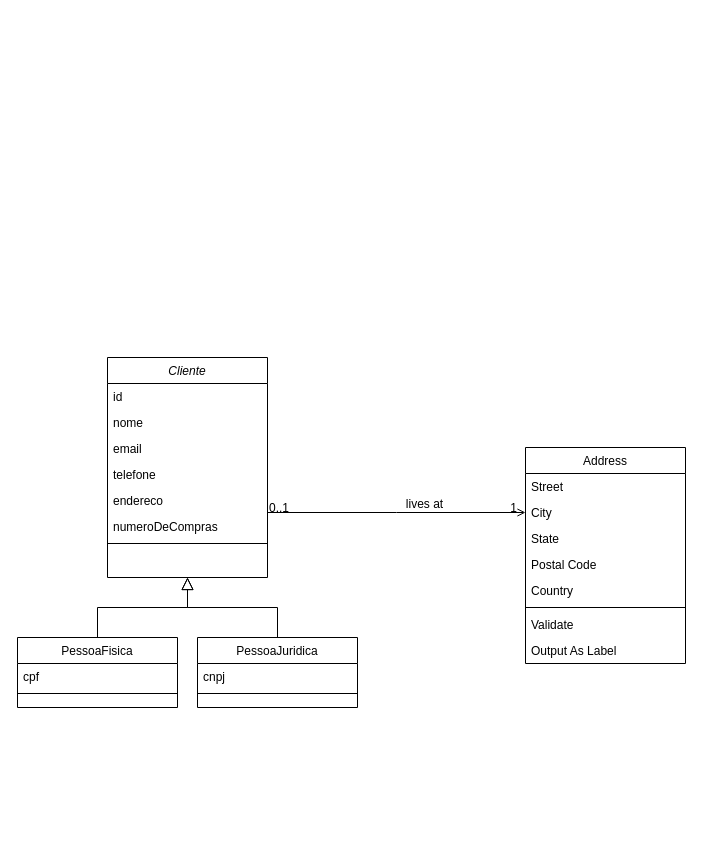
Above: estoquePlan.drawio in PedroAFG/estoquePlan (draw.io), before the change. Source tidied: cells renumbered, new cells numbered last; positions are measured from the earlier drawing's top-left corner, leaving out a move shared by most shapes. Both pictures are drawn from the tidied source at 100%, with x=0, y=0 at pixel (17, 357).
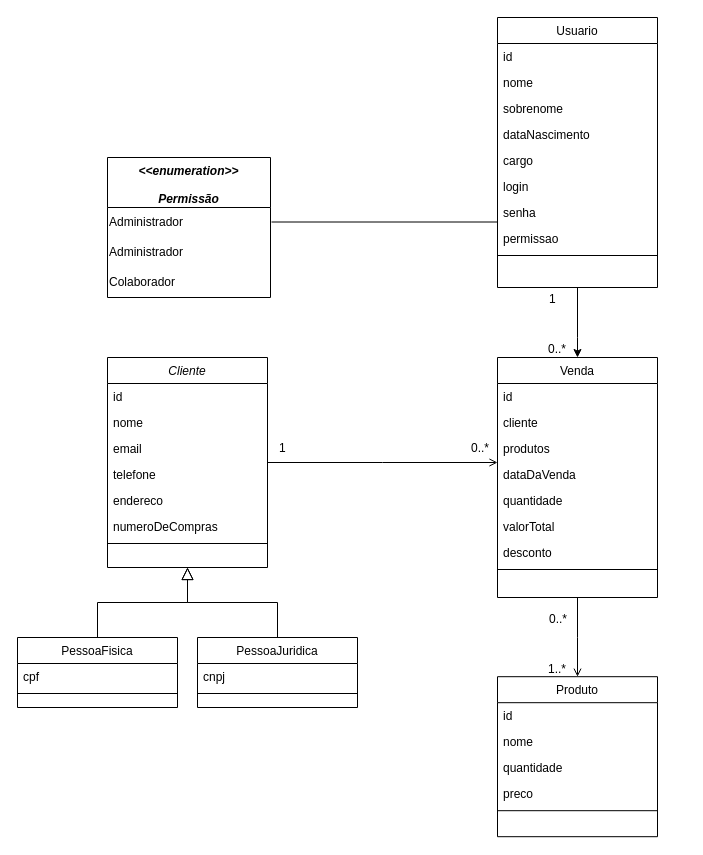
The same diagram, later.

The change refers to these unchanged cells:
```xml
<mxCell id="10" value="PessoaFisica" style="swimlane;fontStyle=0;align=center;verticalAlign=top;horizontal=1;startSize=26;rounded=0;shadow=0;strokeWidth=1;" parent="1" vertex="1">
  <mxGeometry y="280" width="160" height="70" as="geometry" />
</mxCell>
<mxCell id="27" style="endArrow=open;shadow=0;strokeWidth=1;rounded=0;curved=0;endFill=1;edgeStyle=elbowEdgeStyle;elbow=vertical;" parent="1" edge="1" source="2" target="18">
  <mxGeometry x="0.5" y="41" relative="1" as="geometry">
    <mxPoint x="-40" y="32" as="offset" />
  </mxGeometry>
</mxCell>
```

The edit, as a diff of the source:
```diff
@@
     <mxCell id="2" value="Cliente" style="swimlane;fontStyle=2;align=center;verticalAlign=top;horizontal=1;startSize=26;rounded=0;shadow=0;strokeWidth=1;" parent="1" vertex="1">
-      <mxGeometry x="90" width="160" height="220" as="geometry" />
+      <mxGeometry x="90" width="160" height="210" as="geometry" />
     </mxCell>
@@
-    <mxCell id="13" style="endArrow=block;endSize=10;endFill=0;shadow=0;strokeWidth=1;rounded=0;curved=0;edgeStyle=elbowEdgeStyle;elbow=vertical;" parent="1" edge="1" source="10" target="2">
-      <mxGeometry relative="1" as="geometry" />
+    <mxCell id="13" style="endArrow=block;endSize=10;endFill=0;shadow=0;strokeWidth=1;rounded=0;curved=0;edgeStyle=elbowEdgeStyle;elbow=vertical;" parent="1" edge="1" target="2">
+      <mxGeometry relative="1" as="geometry">
+        <mxPoint x="80" y="280" as="sourcePoint" />
+      </mxGeometry>
     </mxCell>
@@
-    <mxCell id="18" value="Address" style="swimlane;fontStyle=0;align=center;verticalAlign=top;horizontal=1;startSize=26;rounded=0;shadow=0;strokeWidth=1;" parent="1" vertex="1">
-      <mxGeometry x="508" y="90" width="160" height="216" as="geometry" />
+    <mxCell id="18" value="Venda" style="swimlane;fontStyle=0;align=center;verticalAlign=top;horizontal=1;startSize=26;rounded=0;shadow=0;strokeWidth=1;" parent="1" vertex="1">
+      <mxGeometry x="480" width="160" height="240" as="geometry" />
     </mxCell>
-    <mxCell id="19" value="Street" style="text;align=left;verticalAlign=top;spacingLeft=4;spacingRight=4;overflow=hidden;" parent="18" vertex="1">
+    <mxCell id="19" value="id" style="text;align=left;verticalAlign=top;spacingLeft=4;spacingRight=4;overflow=hidden;" parent="18" vertex="1">
       <mxGeometry y="26" width="160" height="26" as="geometry" />
     </mxCell>
-    <mxCell id="20" value="City" style="text;align=left;verticalAlign=top;spacingLeft=4;spacingRight=4;overflow=hidden;rounded=0;shadow=0;html=0;" parent="18" vertex="1">
+    <mxCell id="20" value="cliente" style="text;align=left;verticalAlign=top;spacingLeft=4;spacingRight=4;overflow=hidden;rounded=0;shadow=0;html=0;" parent="18" vertex="1">
       <mxGeometry y="52" width="160" height="26" as="geometry" />
     </mxCell>
-    <mxCell id="21" value="State" style="text;align=left;verticalAlign=top;spacingLeft=4;spacingRight=4;overflow=hidden;rounded=0;shadow=0;html=0;" parent="18" vertex="1">
+    <mxCell id="21" value="produtos" style="text;align=left;verticalAlign=top;spacingLeft=4;spacingRight=4;overflow=hidden;rounded=0;shadow=0;html=0;" parent="18" vertex="1">
       <mxGeometry y="78" width="160" height="26" as="geometry" />
     </mxCell>
-    <mxCell id="22" value="Postal Code" style="text;align=left;verticalAlign=top;spacingLeft=4;spacingRight=4;overflow=hidden;rounded=0;shadow=0;html=0;" parent="18" vertex="1">
+    <mxCell id="22" value="dataDaVenda" style="text;align=left;verticalAlign=top;spacingLeft=4;spacingRight=4;overflow=hidden;rounded=0;shadow=0;html=0;" parent="18" vertex="1">
       <mxGeometry y="104" width="160" height="26" as="geometry" />
     </mxCell>
-    <mxCell id="23" value="Country" style="text;align=left;verticalAlign=top;spacingLeft=4;spacingRight=4;overflow=hidden;rounded=0;shadow=0;html=0;" parent="18" vertex="1">
+    <mxCell id="23" value="quantidade" style="text;align=left;verticalAlign=top;spacingLeft=4;spacingRight=4;overflow=hidden;rounded=0;shadow=0;html=0;" parent="18" vertex="1">
       <mxGeometry y="130" width="160" height="26" as="geometry" />
     </mxCell>
-    <mxCell id="24" style="line;html=1;strokeWidth=1;align=left;verticalAlign=middle;spacingTop=-1;spacingLeft=3;spacingRight=3;labelPosition=right;" parent="18" vertex="1">
-      <mxGeometry y="156" width="160" height="8" as="geometry" />
-    </mxCell>
-    <mxCell id="25" value="Validate" style="text;align=left;verticalAlign=top;spacingLeft=4;spacingRight=4;overflow=hidden;" parent="18" vertex="1">
-      <mxGeometry y="164" width="160" height="26" as="geometry" />
-    </mxCell>
-    <mxCell id="26" value="Output As Label" style="text;align=left;verticalAlign=top;spacingLeft=4;spacingRight=4;overflow=hidden;" parent="18" vertex="1">
-      <mxGeometry y="190" width="160" height="26" as="geometry" />
-    </mxCell>
+    <mxCell id="31" value="valorTotal" style="text;align=left;verticalAlign=top;spacingLeft=4;spacingRight=4;overflow=hidden;rounded=0;shadow=0;html=0;" parent="18" vertex="1">
+      <mxGeometry y="156" width="160" height="26" as="geometry" />
+    </mxCell>
+    <mxCell id="32" value="desconto" style="text;align=left;verticalAlign=top;spacingLeft=4;spacingRight=4;overflow=hidden;rounded=0;shadow=0;html=0;" parent="18" vertex="1">
+      <mxGeometry y="182" width="160" height="26" as="geometry" />
+    </mxCell>
+    <mxCell id="33" style="line;html=1;strokeWidth=1;align=left;verticalAlign=middle;spacingTop=-1;spacingLeft=3;spacingRight=3;labelPosition=right;" parent="18" vertex="1">
+      <mxGeometry y="208" width="160" height="8" as="geometry" />
+    </mxCell>
@@
-    <mxCell id="28" value="0..1" style="align=left;verticalAlign=bottom;labelBackgroundColor=none;fontSize=12;" parent="27" vertex="1">
+    <mxCell id="28" value="1" style="align=left;verticalAlign=bottom;labelBackgroundColor=none;fontSize=12;" parent="27" vertex="1">
       <mxGeometry x="-1" relative="1" as="geometry">
-        <mxPoint y="4" as="offset" />
+        <mxPoint x="10" y="-6" as="offset" />
       </mxGeometry>
     </mxCell>
-    <mxCell id="29" value="1" style="align=right;verticalAlign=bottom;labelBackgroundColor=none;fontSize=12;" parent="27" vertex="1">
+    <mxCell id="29" value="0..*" style="align=right;verticalAlign=bottom;labelBackgroundColor=none;fontSize=12;" parent="27" vertex="1">
       <mxGeometry x="1" relative="1" as="geometry">
-        <mxPoint x="-7" y="4" as="offset" />
+        <mxPoint x="-7" y="-6" as="offset" />
       </mxGeometry>
     </mxCell>
-    <mxCell id="30" value="lives at" style="text;html=1;align=center;verticalAlign=middle;labelBackgroundColor=none;rounded=0;shadow=0;strokeWidth=1;fontSize=12;" parent="27" vertex="1">
-      <mxGeometry x="0.5" y="49" relative="1" as="geometry">
-        <mxPoint x="-38" y="40" as="offset" />
-      </mxGeometry>
-    </mxCell>
+    <mxCell id="34" value="Produto" style="swimlane;fontStyle=0;align=center;verticalAlign=top;horizontal=1;startSize=26;rounded=0;shadow=0;strokeWidth=1;" parent="1" vertex="1">
+      <mxGeometry x="480" y="319.2" width="160" height="160" as="geometry" />
+    </mxCell>
+    <mxCell id="35" value="id" style="text;align=left;verticalAlign=top;spacingLeft=4;spacingRight=4;overflow=hidden;" parent="34" vertex="1">
+      <mxGeometry y="26" width="160" height="26" as="geometry" />
+    </mxCell>
+    <mxCell id="36" value="nome" style="text;align=left;verticalAlign=top;spacingLeft=4;spacingRight=4;overflow=hidden;rounded=0;shadow=0;html=0;" parent="34" vertex="1">
+      <mxGeometry y="52" width="160" height="26" as="geometry" />
+    </mxCell>
+    <mxCell id="37" value="quantidade" style="text;align=left;verticalAlign=top;spacingLeft=4;spacingRight=4;overflow=hidden;rounded=0;shadow=0;html=0;" parent="34" vertex="1">
+      <mxGeometry y="78" width="160" height="26" as="geometry" />
+    </mxCell>
+    <mxCell id="38" value="preco" style="text;align=left;verticalAlign=top;spacingLeft=4;spacingRight=4;overflow=hidden;rounded=0;shadow=0;html=0;" parent="34" vertex="1">
+      <mxGeometry y="104" width="160" height="26" as="geometry" />
+    </mxCell>
+    <mxCell id="39" style="line;html=1;strokeWidth=1;align=left;verticalAlign=middle;spacingTop=-1;spacingLeft=3;spacingRight=3;labelPosition=right;" parent="34" vertex="1">
+      <mxGeometry y="130" width="160" height="8" as="geometry" />
+    </mxCell>
+    <mxCell id="40" style="endArrow=open;shadow=0;strokeWidth=1;rounded=0;curved=0;endFill=1;edgeStyle=elbowEdgeStyle;elbow=vertical;entryX=0.5;entryY=0;entryDx=0;entryDy=0;exitX=0.5;exitY=1;exitDx=0;exitDy=0;" parent="1" edge="1" source="18" target="34">
+      <mxGeometry x="0.5" y="41" relative="1" as="geometry">
+        <mxPoint x="-40" y="32" as="offset" />
+      </mxGeometry>
+    </mxCell>
+    <mxCell id="41" value="1" style="align=left;verticalAlign=bottom;labelBackgroundColor=none;fontSize=12;" parent="40" vertex="1">
+      <mxGeometry x="-1" relative="1" as="geometry">
+        <mxPoint x="-30" y="-290" as="offset" />
+      </mxGeometry>
+    </mxCell>
+    <mxCell id="42" value="0..*" style="align=right;verticalAlign=bottom;labelBackgroundColor=none;fontSize=12;" parent="40" vertex="1">
+      <mxGeometry x="1" relative="1" as="geometry">
+        <mxPoint x="-10" y="-319" as="offset" />
+      </mxGeometry>
+    </mxCell>
+    <mxCell id="43" value="&lt;&lt;enumeration&gt;&gt;&#10;&#10;Permissão&#10;" style="swimlane;fontStyle=3;align=center;verticalAlign=top;horizontal=1;startSize=50;rounded=0;shadow=0;strokeWidth=1;fontSize=12;" parent="1" vertex="1">
+      <mxGeometry x="90" y="-200" width="163" height="140" as="geometry" />
+    </mxCell>
+    <mxCell id="44" value="Administrador" style="text;html=1;align=left;verticalAlign=middle;strokeColor=none;fillColor=none;" parent="43" vertex="1">
+      <mxGeometry y="50" width="163" height="30" as="geometry" />
+    </mxCell>
+    <mxCell id="45" value="Administrador" style="text;html=1;align=left;verticalAlign=middle;strokeColor=none;fillColor=none;" parent="43" vertex="1">
+      <mxGeometry y="80" width="163" height="30" as="geometry" />
+    </mxCell>
+    <mxCell id="46" value="Colaborador" style="text;html=1;align=left;verticalAlign=middle;strokeColor=none;fillColor=none;" parent="43" vertex="1">
+      <mxGeometry y="110" width="163" height="30" as="geometry" />
+    </mxCell>
+    <mxCell id="47" style="edgeStyle=orthogonalEdgeStyle;rounded=0;jettySize=auto;html=1;" parent="1" edge="1" source="48">
+      <mxGeometry relative="1" as="geometry">
+        <mxPoint x="560" as="targetPoint" />
+        <Array as="points">
+          <mxPoint x="560" y="-20" />
+          <mxPoint x="560" y="-20" />
+        </Array>
+      </mxGeometry>
+    </mxCell>
+    <mxCell id="48" value="Usuario" style="swimlane;fontStyle=0;align=center;verticalAlign=top;horizontal=1;startSize=26;rounded=0;shadow=0;strokeWidth=1;" parent="1" vertex="1">
+      <mxGeometry x="480" y="-340" width="160" height="270" as="geometry" />
+    </mxCell>
+    <mxCell id="49" value="id  " style="text;align=left;verticalAlign=top;spacingLeft=4;spacingRight=4;overflow=hidden;" parent="48" vertex="1">
+      <mxGeometry y="26" width="160" height="26" as="geometry" />
+    </mxCell>
+    <mxCell id="50" value="nome" style="text;align=left;verticalAlign=top;spacingLeft=4;spacingRight=4;overflow=hidden;rounded=0;shadow=0;html=0;" parent="48" vertex="1">
+      <mxGeometry y="52" width="160" height="26" as="geometry" />
+    </mxCell>
+    <mxCell id="51" value="sobrenome" style="text;align=left;verticalAlign=top;spacingLeft=4;spacingRight=4;overflow=hidden;rounded=0;shadow=0;html=0;" parent="48" vertex="1">
+      <mxGeometry y="78" width="160" height="26" as="geometry" />
+    </mxCell>
+    <mxCell id="52" value="dataNascimento&#10;" style="text;align=left;verticalAlign=top;spacingLeft=4;spacingRight=4;overflow=hidden;rounded=0;shadow=0;html=0;" parent="48" vertex="1">
+      <mxGeometry y="104" width="160" height="26" as="geometry" />
+    </mxCell>
+    <mxCell id="53" value="cargo" style="text;align=left;verticalAlign=top;spacingLeft=4;spacingRight=4;overflow=hidden;rounded=0;shadow=0;html=0;" parent="48" vertex="1">
+      <mxGeometry y="130" width="160" height="26" as="geometry" />
+    </mxCell>
+    <mxCell id="54" value="login" style="text;align=left;verticalAlign=top;spacingLeft=4;spacingRight=4;overflow=hidden;rounded=0;shadow=0;html=0;" parent="48" vertex="1">
+      <mxGeometry y="156" width="160" height="26" as="geometry" />
+    </mxCell>
+    <mxCell id="55" value="senha" style="text;align=left;verticalAlign=top;spacingLeft=4;spacingRight=4;overflow=hidden;rounded=0;shadow=0;html=0;" parent="48" vertex="1">
+      <mxGeometry y="182" width="160" height="26" as="geometry" />
+    </mxCell>
+    <mxCell id="56" value="permissao" style="text;align=left;verticalAlign=top;spacingLeft=4;spacingRight=4;overflow=hidden;rounded=0;shadow=0;html=0;" parent="48" vertex="1">
+      <mxGeometry y="208" width="160" height="26" as="geometry" />
+    </mxCell>
+    <mxCell id="57" style="line;html=1;strokeWidth=1;align=left;verticalAlign=middle;spacingTop=-1;spacingLeft=3;spacingRight=3;labelPosition=right;" parent="48" vertex="1">
+      <mxGeometry y="234" width="160" height="8" as="geometry" />
+    </mxCell>
+    <mxCell id="58" style="endArrow=none;html=1;rounded=0;exitX=1.006;exitY=0.4;exitDx=0;exitDy=0;exitPerimeter=0;entryX=-0.019;entryY=0.231;entryDx=0;entryDy=0;entryPerimeter=0;" parent="1" edge="1">
+      <mxGeometry relative="1" as="geometry">
+        <mxPoint x="254" y="-135.5" as="sourcePoint" />
+        <mxPoint x="480" y="-135.5" as="targetPoint" />
+      </mxGeometry>
+    </mxCell>
+    <mxCell id="59" value="0..*" style="align=left;verticalAlign=bottom;labelBackgroundColor=none;fontSize=12;" parent="1" vertex="1">
+      <mxGeometry x="530" y="270" as="geometry" />
+    </mxCell>
+    <mxCell id="60" value="1..*" style="align=right;verticalAlign=bottom;labelBackgroundColor=none;fontSize=12;" parent="1" vertex="1">
+      <mxGeometry x="550" y="320.3" as="geometry" />
+    </mxCell>
```
